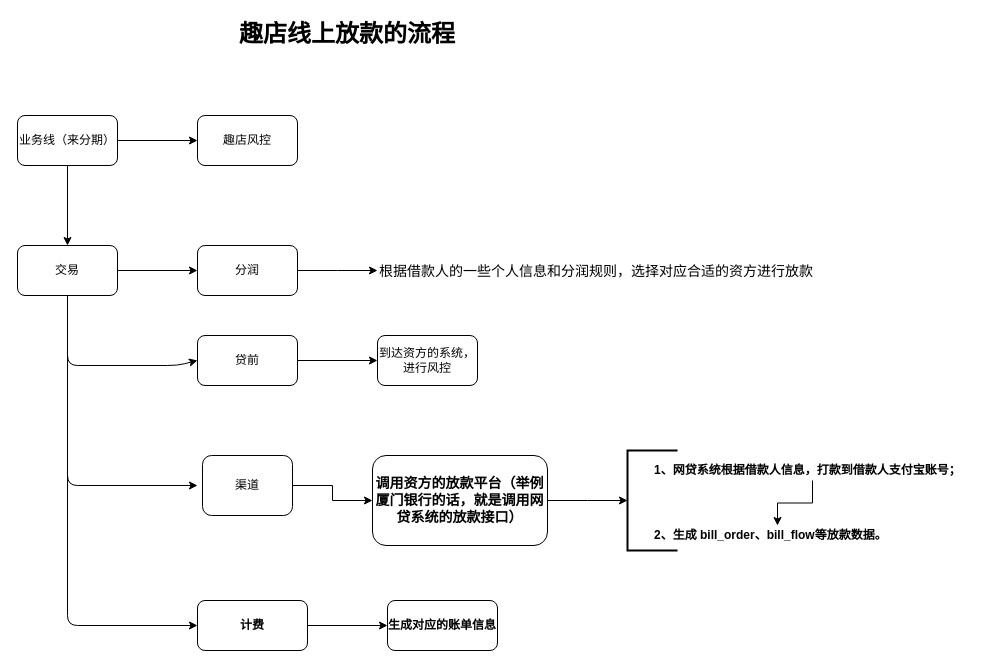
Earlier version of the draw.io diagram 线上放款流程.drawio (caiwen09/drawIO). Source tidied: cells renumbered, new cells numbered last; positions are measured from the earlier drawing's top-left corner, leaving out a move shared by most shapes. Both pictures are drawn from the tidied source at 100%, with x=0, y=0 at pixel (17, 17).
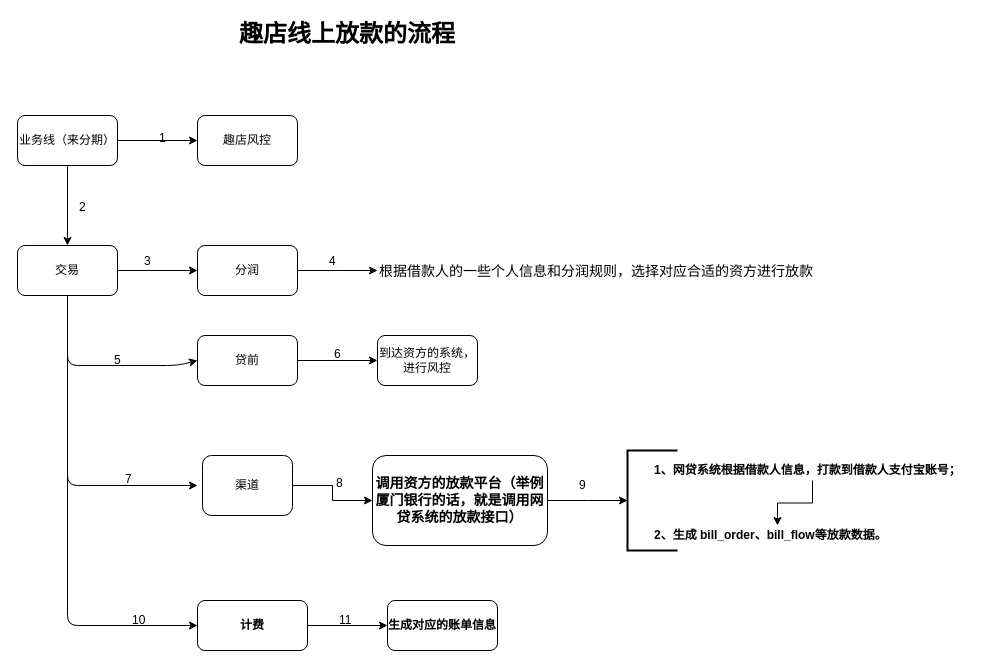
The same page after the edit.

Commit message (it also covers changes not shown here):
更新线上放款流程.drawio

The edit, as a diff of the source:
```diff
@@
+    <mxCell id="29" value="1" style="text;html=1;align=left;verticalAlign=top;spacingTop=-4;" parent="1" vertex="1">
+      <mxGeometry x="140" y="111" width="20" height="20" as="geometry" />
+    </mxCell>
+    <mxCell id="30" value="2" style="text;html=1;align=left;verticalAlign=top;spacingTop=-4;" parent="1" vertex="1">
+      <mxGeometry x="60" y="180" width="20" height="20" as="geometry" />
+    </mxCell>
+    <mxCell id="31" value="3" style="text;html=1;align=left;verticalAlign=top;spacingTop=-4;" parent="1" vertex="1">
+      <mxGeometry x="125" y="234" width="20" height="20" as="geometry" />
+    </mxCell>
+    <mxCell id="32" value="4" style="text;html=1;align=left;verticalAlign=top;spacingTop=-4;" parent="1" vertex="1">
+      <mxGeometry x="310" y="234" width="20" height="20" as="geometry" />
+    </mxCell>
+    <mxCell id="33" value="5" style="text;html=1;align=left;verticalAlign=top;spacingTop=-4;" parent="1" vertex="1">
+      <mxGeometry x="95" y="333" width="20" height="20" as="geometry" />
+    </mxCell>
+    <mxCell id="34" value="6" style="text;html=1;align=left;verticalAlign=top;spacingTop=-4;" parent="1" vertex="1">
+      <mxGeometry x="315" y="327" width="20" height="20" as="geometry" />
+    </mxCell>
+    <mxCell id="35" value="7" style="text;html=1;align=left;verticalAlign=top;spacingTop=-4;" parent="1" vertex="1">
+      <mxGeometry x="106" y="452" width="20" height="20" as="geometry" />
+    </mxCell>
+    <mxCell id="36" value="8" style="text;html=1;align=left;verticalAlign=top;spacingTop=-4;" parent="1" vertex="1">
+      <mxGeometry x="317" y="456" width="20" height="20" as="geometry" />
+    </mxCell>
+    <mxCell id="37" value="9" style="text;html=1;align=left;verticalAlign=top;spacingTop=-4;" parent="1" vertex="1">
+      <mxGeometry x="560" y="458" width="20" height="20" as="geometry" />
+    </mxCell>
+    <mxCell id="38" value="10" style="text;html=1;align=left;verticalAlign=top;spacingTop=-4;" parent="1" vertex="1">
+      <mxGeometry x="113" y="593" width="30" height="20" as="geometry" />
+    </mxCell>
+    <mxCell id="39" value="11" style="text;html=1;align=left;verticalAlign=top;spacingTop=-4;" parent="1" vertex="1">
+      <mxGeometry x="320" y="593" width="30" height="20" as="geometry" />
+    </mxCell>
```
